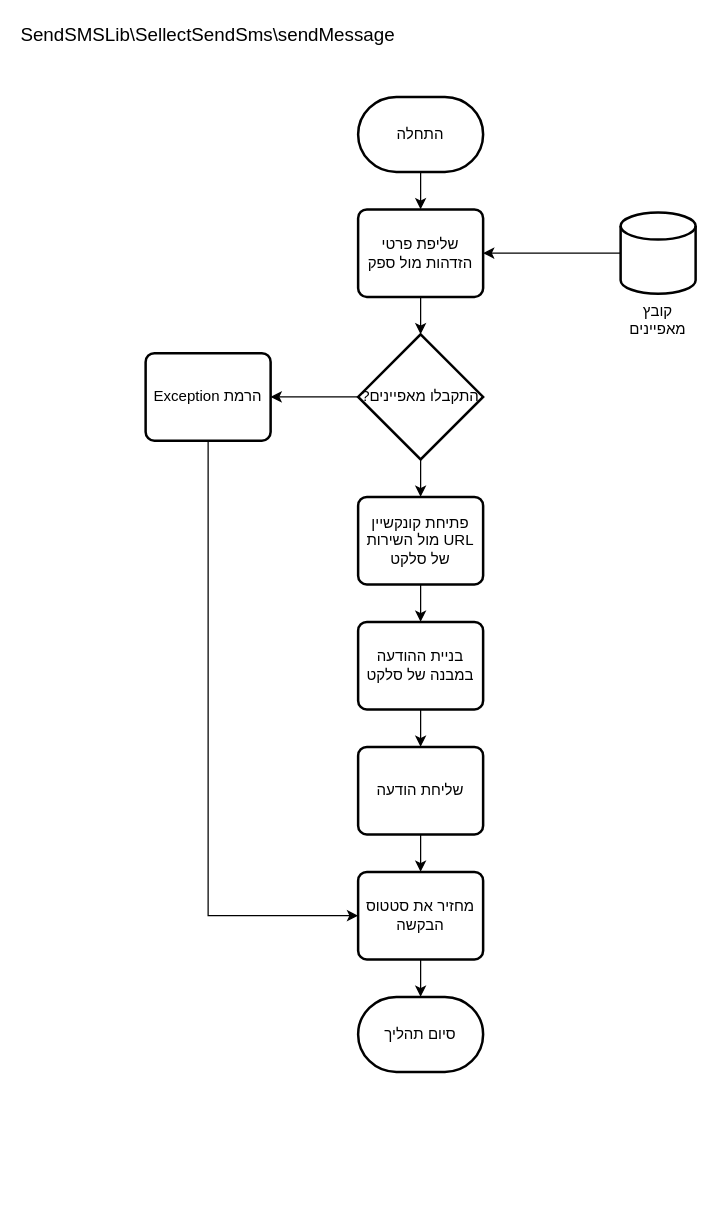
eyallit/draw.io keeps this draw.io diagram as סלקט.drawio. Above is the earlier version. Source tidied: cells renumbered, new cells numbered last; positions are measured from the earlier drawing's top-left corner, leaving out a move shared by most shapes. Both pictures are drawn from the tidied source at 125%, with x=0, y=0 at pixel (45, 21).
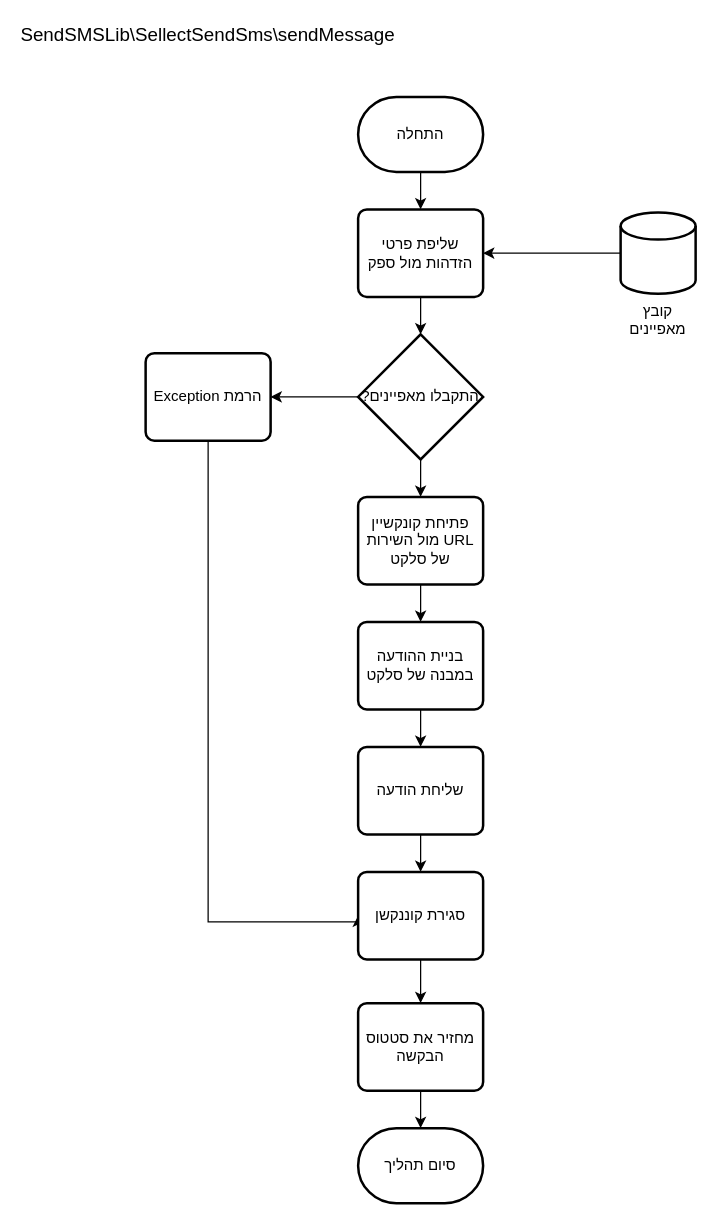
The same page after the edit.

Unchanged cells that the change refers to:
```xml
<mxCell id="16" value="&lt;span lang=&quot;HE&quot; dir=&quot;RTL&quot;&gt;שליחת הודעה&lt;/span&gt;&lt;br&gt;" style="rounded=1;whiteSpace=wrap;html=1;absoluteArcSize=1;arcSize=14;strokeWidth=2;textDirection=rtl;" parent="1" vertex="1">
  <mxGeometry x="250" y="580" width="100" height="70" as="geometry" />
</mxCell>
<mxCell id="21" value="הרמת Exception" style="rounded=1;whiteSpace=wrap;html=1;absoluteArcSize=1;arcSize=14;strokeWidth=2;textDirection=rtl;" parent="1" vertex="1">
  <mxGeometry x="80" y="265" width="100" height="70" as="geometry" />
</mxCell>
```

Diff of the diagram source:
```diff
@@
-    <mxCell id="15" style="edgeStyle=orthogonalEdgeStyle;rounded=0;jettySize=auto;html=1;" parent="1" edge="1" source="16" target="18">
+    <mxCell id="15" style="edgeStyle=orthogonalEdgeStyle;rounded=0;jettySize=auto;html=1;" parent="1" edge="1" source="23" target="18">
       <mxGeometry relative="1" as="geometry" />
     </mxCell>
@@
     <mxCell id="18" value="&lt;span lang=&quot;HE&quot; dir=&quot;RTL&quot;&gt;מחזיר את סטטוס הבקשה&lt;/span&gt;&lt;br&gt;" style="rounded=1;whiteSpace=wrap;html=1;absoluteArcSize=1;arcSize=14;strokeWidth=2;textDirection=rtl;" parent="1" vertex="1">
-      <mxGeometry x="250" y="680" width="100" height="70" as="geometry" />
+      <mxGeometry x="250" y="785" width="100" height="70" as="geometry" />
     </mxCell>
@@
-    <mxCell id="20" style="edgeStyle=orthogonalEdgeStyle;rounded=0;jettySize=auto;html=1;entryX=0;entryY=0.5;entryDx=0;entryDy=0;fontSize=15;" parent="1" edge="1" source="21" target="18">
+    <mxCell id="20" style="edgeStyle=orthogonalEdgeStyle;rounded=0;jettySize=auto;html=1;fontSize=15;entryX=0;entryY=0.5;entryDx=0;entryDy=0;" parent="1" edge="1" source="21" target="23">
       <mxGeometry relative="1" as="geometry">
         <Array as="points">
-          <mxPoint x="130" y="715" />
+          <mxPoint x="130" y="720" />
+          <mxPoint x="250" y="720" />
         </Array>
       </mxGeometry>
     </mxCell>
@@
     <mxCell id="22" value="סיום תהליך" style="strokeWidth=2;html=1;shape=mxgraph.flowchart.terminator;whiteSpace=wrap;" parent="1" vertex="1">
-      <mxGeometry x="250" y="780" width="100" height="60" as="geometry" />
+      <mxGeometry x="250" y="885" width="100" height="60" as="geometry" />
     </mxCell>
+    <mxCell id="23" value="סגירת קוננקשן" style="rounded=1;whiteSpace=wrap;html=1;absoluteArcSize=1;arcSize=14;strokeWidth=2;textDirection=rtl;" parent="1" vertex="1">
+      <mxGeometry x="250" y="680" width="100" height="70" as="geometry" />
+    </mxCell>
+    <mxCell id="24" style="edgeStyle=orthogonalEdgeStyle;rounded=0;jettySize=auto;html=1;" parent="1" edge="1" source="16" target="23">
+      <mxGeometry relative="1" as="geometry" />
+    </mxCell>
```
